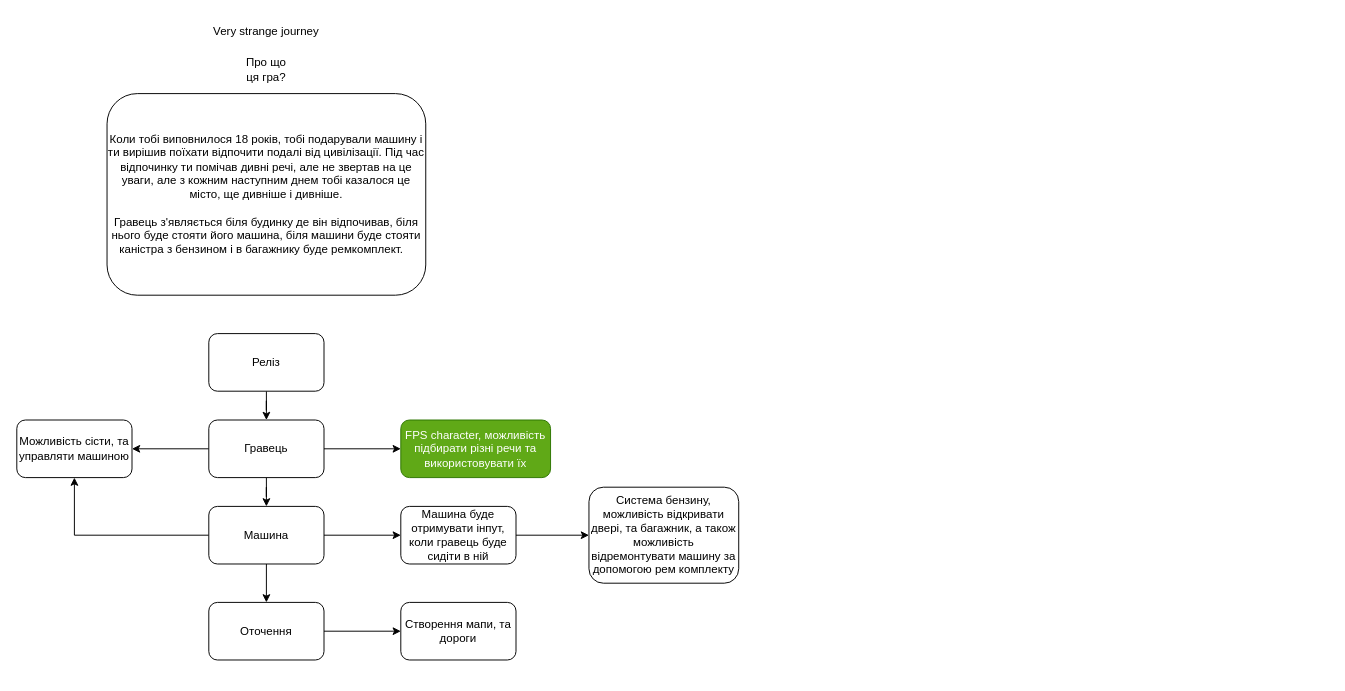
Earlier version of the draw.io diagram Roadmap.drawio (Gamedevenri/Very-strange-journey). Source tidied: cells renumbered, new cells numbered last; positions are measured from the earlier drawing's top-left corner, leaving out a move shared by most shapes. Both pictures are drawn from the tidied source at 96%, with x=0, y=0 at pixel (16, 16).
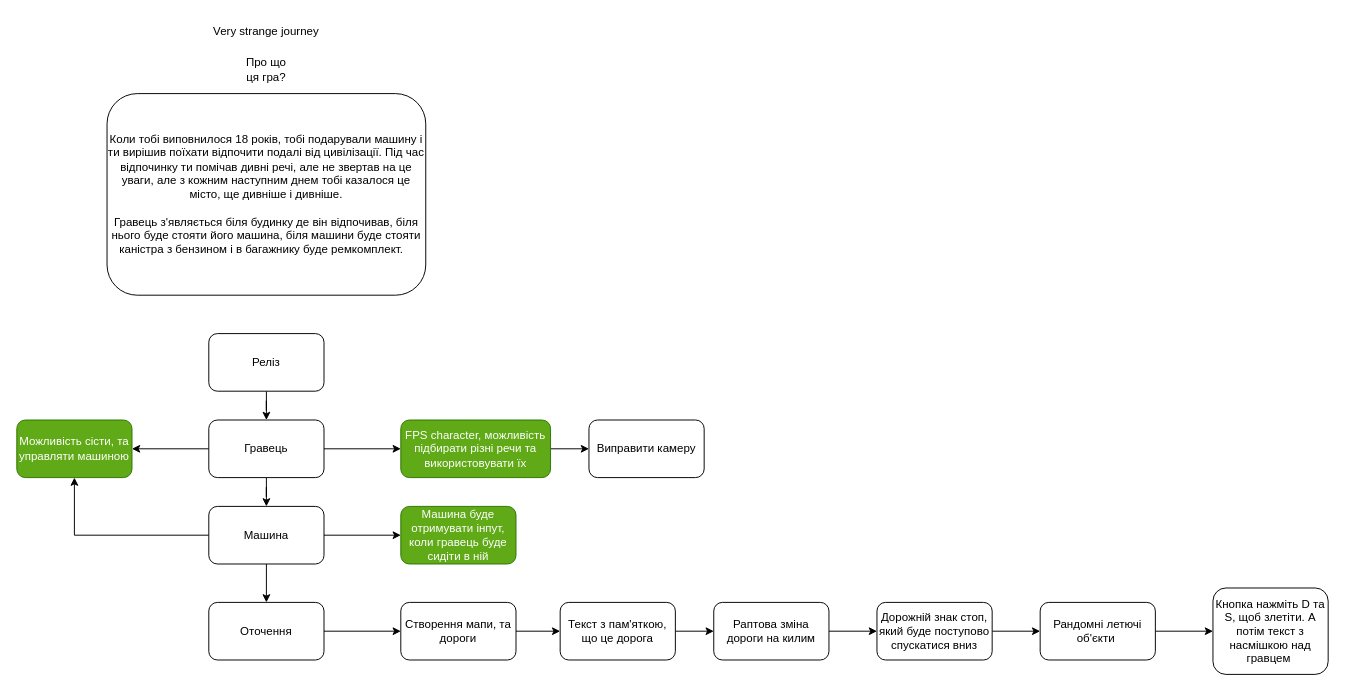
The same diagram, later.

The change refers to these unchanged cells:
```xml
<mxCell id="11" value="&lt;div&gt;FPS character, можливість підбирати різні речи та використовувати їx&lt;/div&gt;" style="whiteSpace=wrap;html=1;rounded=1;fillColor=#60a917;fontColor=#ffffff;strokeColor=#2D7600;" parent="1" vertex="1">
  <mxGeometry x="400" y="420" width="156" height="60" as="geometry" />
</mxCell>
<mxCell id="22" value="Створення мапи, та дороги" style="whiteSpace=wrap;html=1;rounded=1;" parent="1" vertex="1">
  <mxGeometry x="400" y="610" width="120" height="60" as="geometry" />
</mxCell>
```

Diff of the diagram source:
```diff
@@
+    <mxCell id="23" style="edgeStyle=orthogonalEdgeStyle;rounded=0;jettySize=auto;html=1;" parent="1" edge="1" source="11" target="25">
+      <mxGeometry relative="1" as="geometry" />
+    </mxCell>
@@
-    <mxCell id="12" value="Можливість сісти, та управляти машиною" style="whiteSpace=wrap;html=1;rounded=1;" parent="1" vertex="1">
+    <mxCell id="12" value="Можливість сісти, та управляти машиною" style="whiteSpace=wrap;html=1;rounded=1;fillColor=#60a917;fontColor=#ffffff;strokeColor=#2D7600;" parent="1" vertex="1">
       <mxGeometry y="420" width="120" height="60" as="geometry" />
     </mxCell>
@@
-    <mxCell id="17" value="Система бензину, можливість відкривати двері, та багажник, а також можливість відремонтувати машину за допомогою рем комплекту" style="whiteSpace=wrap;html=1;rounded=1;" parent="1" vertex="1">
-      <mxGeometry x="596" y="490" width="156" height="100" as="geometry" />
-    </mxCell>
-    <mxCell id="18" style="edgeStyle=orthogonalEdgeStyle;rounded=0;jettySize=auto;html=1;entryX=0;entryY=0.5;entryDx=0;entryDy=0;" parent="1" edge="1" source="19" target="17">
-      <mxGeometry relative="1" as="geometry" />
-    </mxCell>
-    <mxCell id="19" value="Машина буде отримувати інпут, коли гравець буде сидіти в ній" style="rounded=1;whiteSpace=wrap;html=1;" parent="1" vertex="1">
+    <mxCell id="19" value="Машина буде отримувати інпут, коли гравець буде сидіти в ній" style="rounded=1;whiteSpace=wrap;html=1;fillColor=#60a917;fontColor=#ffffff;strokeColor=#2D7600;" parent="1" vertex="1">
       <mxGeometry x="400" y="510" width="120" height="60" as="geometry" />
     </mxCell>
@@
+    <mxCell id="24" style="edgeStyle=orthogonalEdgeStyle;rounded=0;jettySize=auto;html=1;" parent="1" edge="1" source="22" target="27">
+      <mxGeometry relative="1" as="geometry" />
+    </mxCell>
@@
+    <mxCell id="25" value="Виправити камеру" style="whiteSpace=wrap;html=1;rounded=1;" parent="1" vertex="1">
+      <mxGeometry x="596" y="420" width="120" height="60" as="geometry" />
+    </mxCell>
+    <mxCell id="26" style="edgeStyle=orthogonalEdgeStyle;rounded=0;jettySize=auto;html=1;" parent="1" edge="1" source="27" target="29">
+      <mxGeometry relative="1" as="geometry" />
+    </mxCell>
+    <mxCell id="27" value="Текст з пам'яткою, що це дорога" style="whiteSpace=wrap;html=1;rounded=1;" parent="1" vertex="1">
+      <mxGeometry x="566" y="610" width="120" height="60" as="geometry" />
+    </mxCell>
+    <mxCell id="28" style="edgeStyle=orthogonalEdgeStyle;rounded=0;jettySize=auto;html=1;" parent="1" edge="1" source="29" target="31">
+      <mxGeometry relative="1" as="geometry" />
+    </mxCell>
+    <mxCell id="29" value="Раптова зміна дороги на килим" style="whiteSpace=wrap;html=1;rounded=1;" parent="1" vertex="1">
+      <mxGeometry x="726" y="610" width="120" height="60" as="geometry" />
+    </mxCell>
+    <mxCell id="30" style="edgeStyle=orthogonalEdgeStyle;rounded=0;jettySize=auto;html=1;" parent="1" edge="1" source="31" target="33">
+      <mxGeometry relative="1" as="geometry" />
+    </mxCell>
+    <mxCell id="31" value="Дорожній знак стоп, який буде поступово спускатися вниз" style="whiteSpace=wrap;html=1;rounded=1;" parent="1" vertex="1">
+      <mxGeometry x="896" y="610" width="120" height="60" as="geometry" />
+    </mxCell>
+    <mxCell id="32" style="edgeStyle=orthogonalEdgeStyle;rounded=0;jettySize=auto;html=1;" parent="1" edge="1" source="33" target="34">
+      <mxGeometry relative="1" as="geometry" />
+    </mxCell>
+    <mxCell id="33" value="Рандомні летючі об'єкти&amp;nbsp;" style="whiteSpace=wrap;html=1;rounded=1;" parent="1" vertex="1">
+      <mxGeometry x="1066" y="610" width="120" height="60" as="geometry" />
+    </mxCell>
+    <mxCell id="34" value="Кнопка нажміть D та S, щоб злетіти. А потім текст з насмішкою над гравцем&amp;nbsp;" style="whiteSpace=wrap;html=1;rounded=1;" parent="1" vertex="1">
+      <mxGeometry x="1246" y="595" width="120" height="90" as="geometry" />
+    </mxCell>
```
